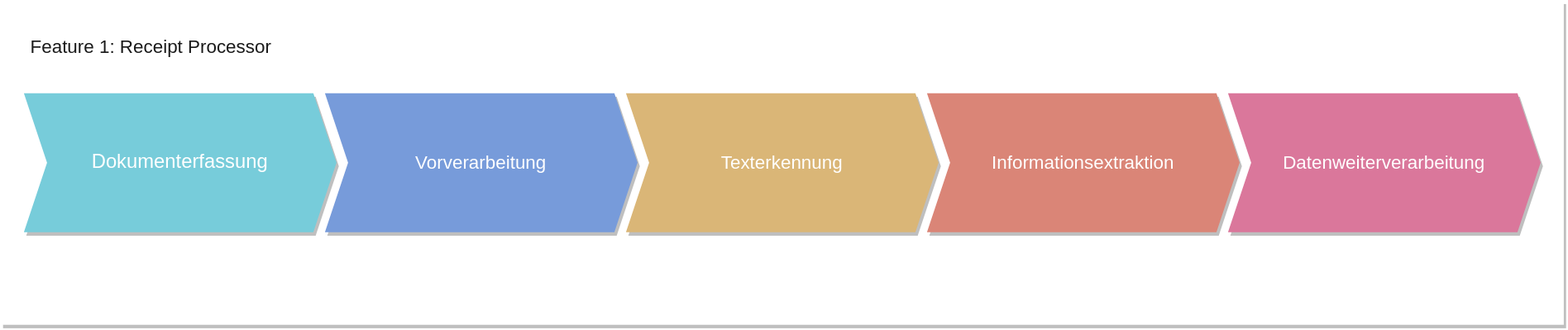
feedme-foodapp/receipt-processor keeps this draw.io diagram as documentation/diagrams/feature1_process.svg. Above is the earlier version. Source tidied: cells renumbered, new cells last; positions are measured from the earlier drawing's top-left corner, leaving out a move shared by most shapes.
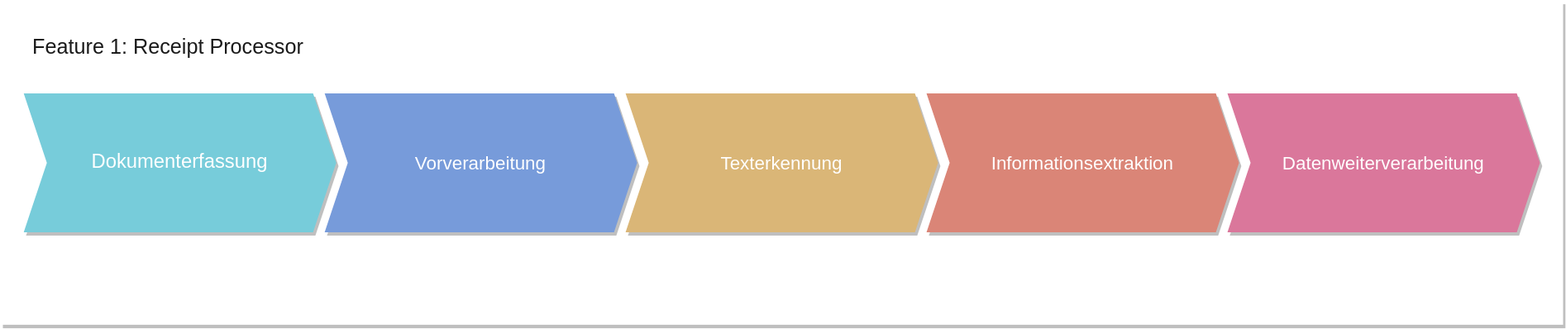
After the change.

What changed in the source:
```diff
@@ -20,8 +20,8 @@
     <mxCell id="7" value="&lt;span style=&quot;line-height: 1.2&quot;&gt;&lt;font color=&quot;#ffffff&quot; style=&quot;font-size: 16px&quot;&gt;Datenweiterverarbeitung&lt;/font&gt;&lt;br&gt;&lt;/span&gt;" style="shape=step;perimeter=stepPerimeter;whiteSpace=wrap;html=1;fixedSize=1;shadow=1;strokeColor=none;fillColor=#DA779B;" parent="1" vertex="1">
       <mxGeometry x="1060" y="80" width="270" height="120" as="geometry" />
     </mxCell>
-    <mxCell id="8" value="&lt;font style=&quot;font-size: 16px&quot;&gt;Feature 1: Receipt Processor&lt;/font&gt;" style="text;html=1;strokeColor=none;fillColor=none;align=center;verticalAlign=middle;whiteSpace=wrap;rounded=0;shadow=1;fontColor=#1A1A1A;" parent="1" vertex="1">
-      <mxGeometry x="20" y="10" width="220" height="60" as="geometry" />
+    <mxCell id="8" value="&lt;font style=&quot;font-size: 18px&quot;&gt;Feature 1: Receipt Processor&lt;/font&gt;" style="text;html=1;strokeColor=none;fillColor=none;align=center;verticalAlign=middle;whiteSpace=wrap;rounded=0;shadow=1;fontColor=#1A1A1A;" parent="1" vertex="1">
+      <mxGeometry x="20" y="10" width="250" height="60" as="geometry" />
     </mxCell>
   </root>
 </mxGraphModel>
```
